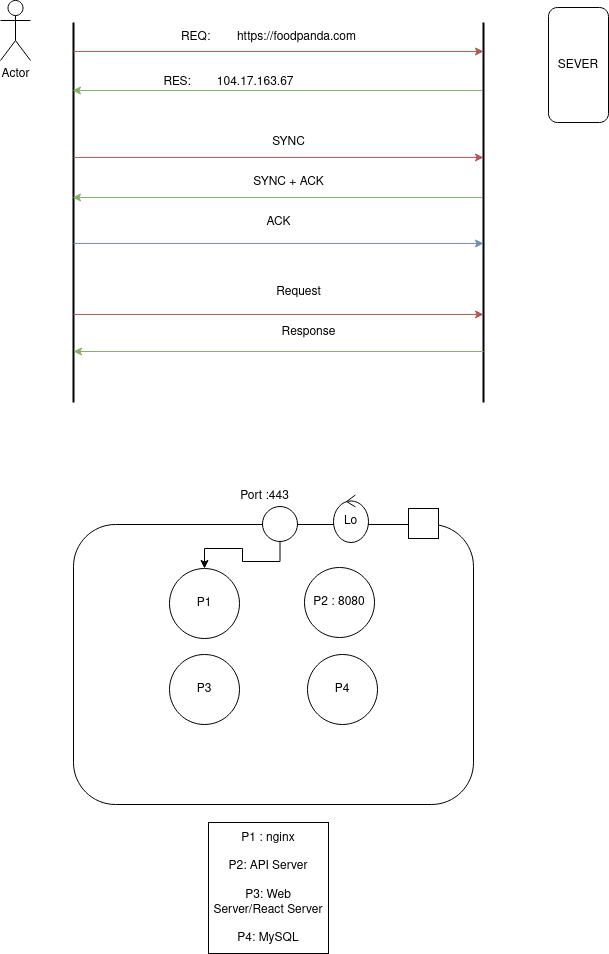
Above: Packet Tracing.drawio.png in Masum-Osman/diagrams.io-draws (draw.io), before the change. Source tidied: cells renumbered, new cells last; positions are measured from the earlier drawing's top-left corner, leaving out a move shared by most shapes.
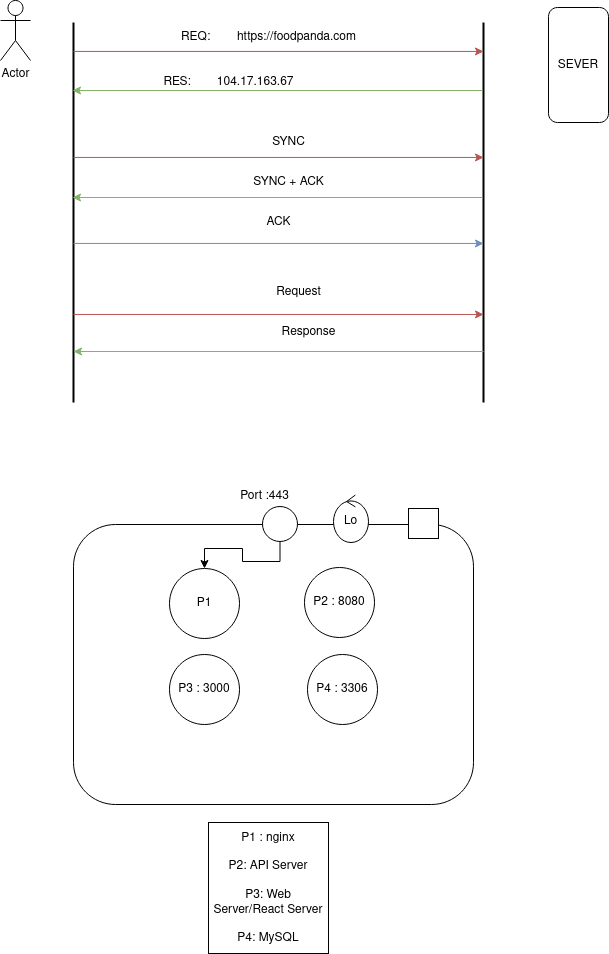
Above is the later version.

Diff of the diagram source:
```diff
@@ -86,10 +86,10 @@
     <mxCell id="22" value="P2 : 8080" style="ellipse;whiteSpace=wrap;html=1;" parent="1" vertex="1">
       <mxGeometry x="304" y="567" width="70" height="70" as="geometry" />
     </mxCell>
-    <mxCell id="23" value="P3" style="ellipse;whiteSpace=wrap;html=1;" parent="1" vertex="1">
+    <mxCell id="23" value="P3 : 3000" style="ellipse;whiteSpace=wrap;html=1;" parent="1" vertex="1">
       <mxGeometry x="169" y="654" width="70" height="70" as="geometry" />
     </mxCell>
-    <mxCell id="24" value="P4" style="ellipse;whiteSpace=wrap;html=1;" parent="1" vertex="1">
+    <mxCell id="24" value="P4 : 3306" style="ellipse;whiteSpace=wrap;html=1;" parent="1" vertex="1">
       <mxGeometry x="307" y="654" width="70" height="70" as="geometry" />
     </mxCell>
     <mxCell id="25" style="edgeStyle=orthogonalEdgeStyle;rounded=0;jettySize=auto;html=1;exitX=0.5;exitY=1;exitDx=0;exitDy=0;" parent="1" edge="1" source="26" target="21">
```
